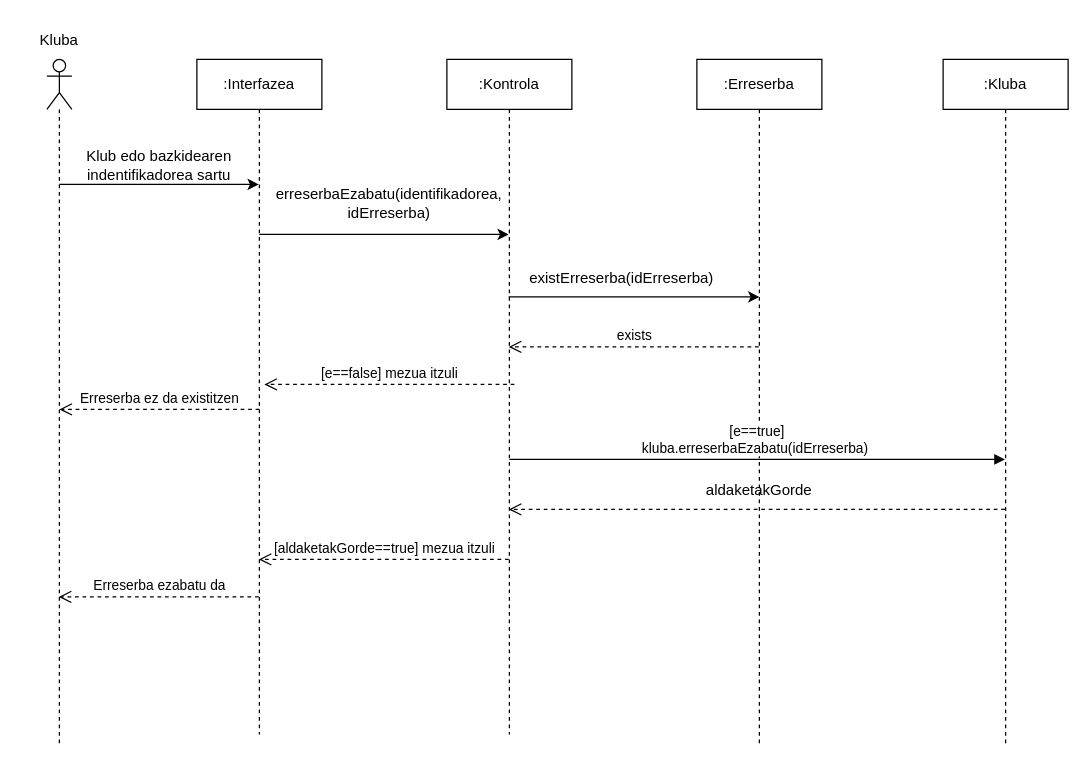
Earlier version of the draw.io diagram C#/Diagramak/C_SekuentziaDiagrama2.drawio (iguisado228/3Erronka). Source tidied: cells renumbered, new cells numbered last; positions are measured from the earlier drawing's top-left corner, leaving out a move shared by most shapes. Both pictures are drawn from the tidied source at 125%, with x=0, y=0 at pixel (21, 21).
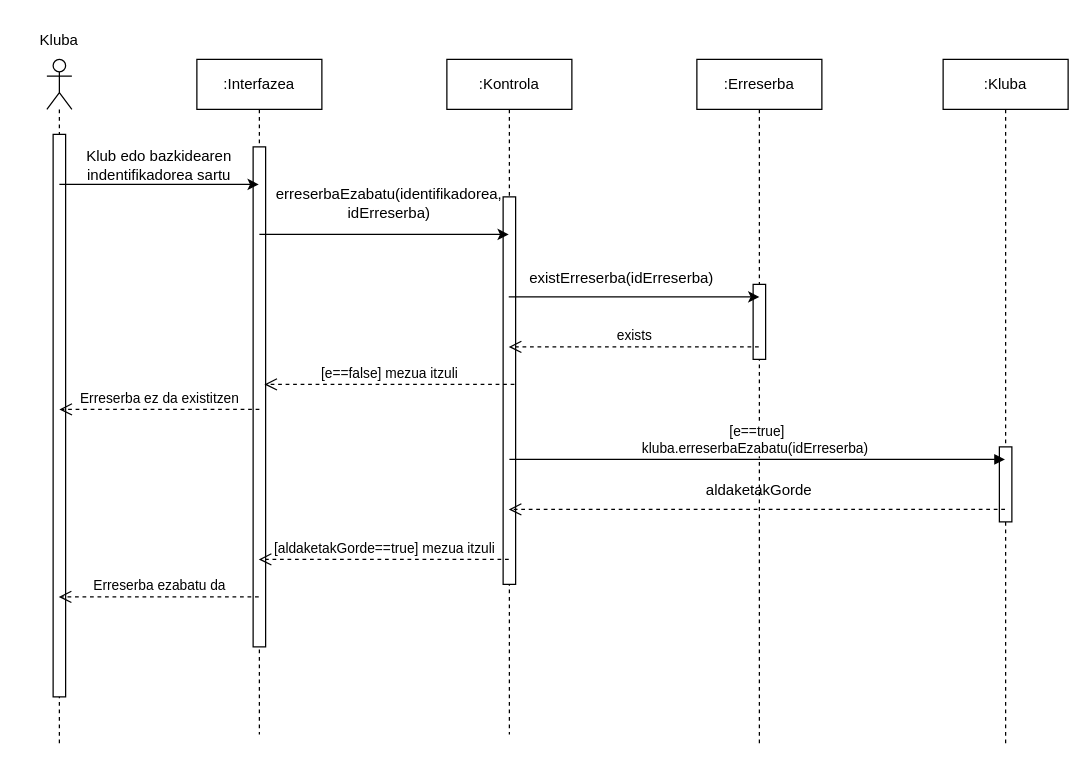
Above is the later version.

Commit message:
aldaketatxo bat

Unchanged cells that the change refers to:
```xml
<mxCell id="2" style="shape=umlLifeline;perimeter=lifelinePerimeter;whiteSpace=wrap;html=1;newEdgeStyle={&quot;curved&quot;:0,&quot;rounded&quot;:0};participant=umlActor;" parent="1" vertex="1">
  <mxGeometry x="20" y="30" width="20" height="550" as="geometry" />
</mxCell>
<mxCell id="4" value=":Interfazea" style="shape=umlLifeline;perimeter=lifelinePerimeter;whiteSpace=wrap;html=1;outlineConnect=0;portConstraint=eastwest;newEdgeStyle={&quot;curved&quot;:0,&quot;rounded&quot;:0};" parent="1" vertex="1">
  <mxGeometry x="140" y="30" width="100" height="540" as="geometry" />
</mxCell>
<mxCell id="5" value=":Erreserba" style="shape=umlLifeline;perimeter=lifelinePerimeter;whiteSpace=wrap;html=1;newEdgeStyle={&quot;curved&quot;:0,&quot;rounded&quot;:0};" parent="1" vertex="1">
  <mxGeometry x="540" y="30" width="100" height="550" as="geometry" />
</mxCell>
<mxCell id="6" value=":Kontrola" style="shape=umlLifeline;perimeter=lifelinePerimeter;whiteSpace=wrap;html=1;outlineConnect=0;portConstraint=eastwest;newEdgeStyle={&quot;curved&quot;:0,&quot;rounded&quot;:0};" parent="1" vertex="1">
  <mxGeometry x="340" y="30" width="100" height="540" as="geometry" />
</mxCell>
<mxCell id="16" value=":Kluba" style="shape=umlLifeline;perimeter=lifelinePerimeter;whiteSpace=wrap;html=1;outlineConnect=0;portConstraint=eastwest;newEdgeStyle={&quot;curved&quot;:0,&quot;rounded&quot;:0};" parent="1" vertex="1">
  <mxGeometry x="737" y="30" width="100" height="550" as="geometry" />
</mxCell>
```

What changed in the source:
```diff
@@
+    <mxCell id="22" style="html=1;perimeter=orthogonalPerimeter;targetShapes=umlLifeline;newEdgeStyle={&quot;curved&quot;:0,&quot;rounded&quot;:0};" parent="2" vertex="1">
+      <mxGeometry x="5" y="60" width="10" height="450" as="geometry" />
+    </mxCell>
@@
+    <mxCell id="23" style="html=1;perimeter=orthogonalPerimeter;targetShapes=umlLifeline;newEdgeStyle={&quot;curved&quot;:0,&quot;rounded&quot;:0};" parent="4" vertex="1">
+      <mxGeometry x="45" y="70" width="10" height="400" as="geometry" />
+    </mxCell>
@@
+    <mxCell id="24" style="html=1;perimeter=orthogonalPerimeter;targetShapes=umlLifeline;newEdgeStyle={&quot;curved&quot;:0,&quot;rounded&quot;:0};" parent="5" vertex="1">
+      <mxGeometry x="45" y="180" width="10" height="60" as="geometry" />
+    </mxCell>
@@
+    <mxCell id="25" style="html=1;perimeter=orthogonalPerimeter;targetShapes=umlLifeline;newEdgeStyle={&quot;curved&quot;:0,&quot;rounded&quot;:0};" parent="6" vertex="1">
+      <mxGeometry x="45" y="110" width="10" height="310" as="geometry" />
+    </mxCell>
@@
+    <mxCell id="26" style="html=1;perimeter=orthogonalPerimeter;targetShapes=umlLifeline;newEdgeStyle={&quot;curved&quot;:0,&quot;rounded&quot;:0};" parent="16" vertex="1">
+      <mxGeometry x="45" y="310" width="10" height="60" as="geometry" />
+    </mxCell>
```
